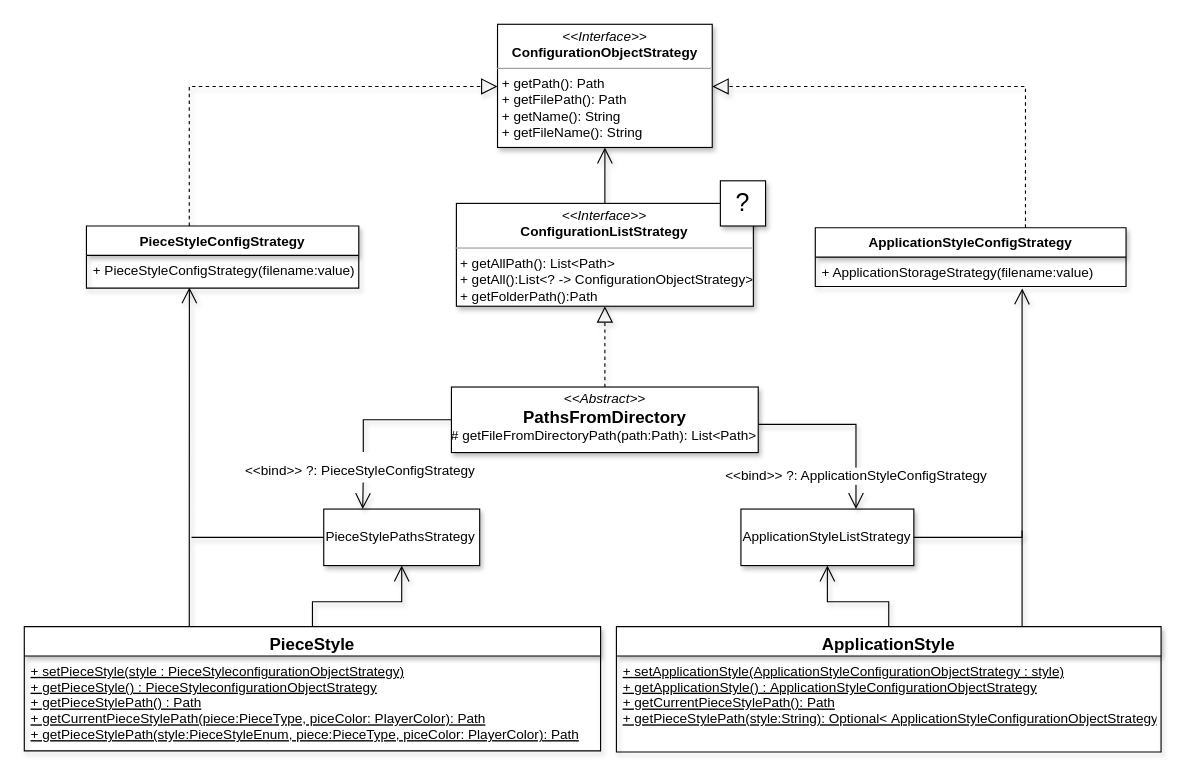
The draw.io diagram page "style" (4 of 6) of report/UML TP.drawio in zucchero-sintattico/OOP20-Jhaturanga, before the edit. Source tidied: cells renumbered, new cells numbered last; positions are measured from the earlier drawing's top-left corner, leaving out a move shared by most shapes. Both pictures are drawn from the tidied source at 113%, with x=0, y=0 at pixel (24, 24).
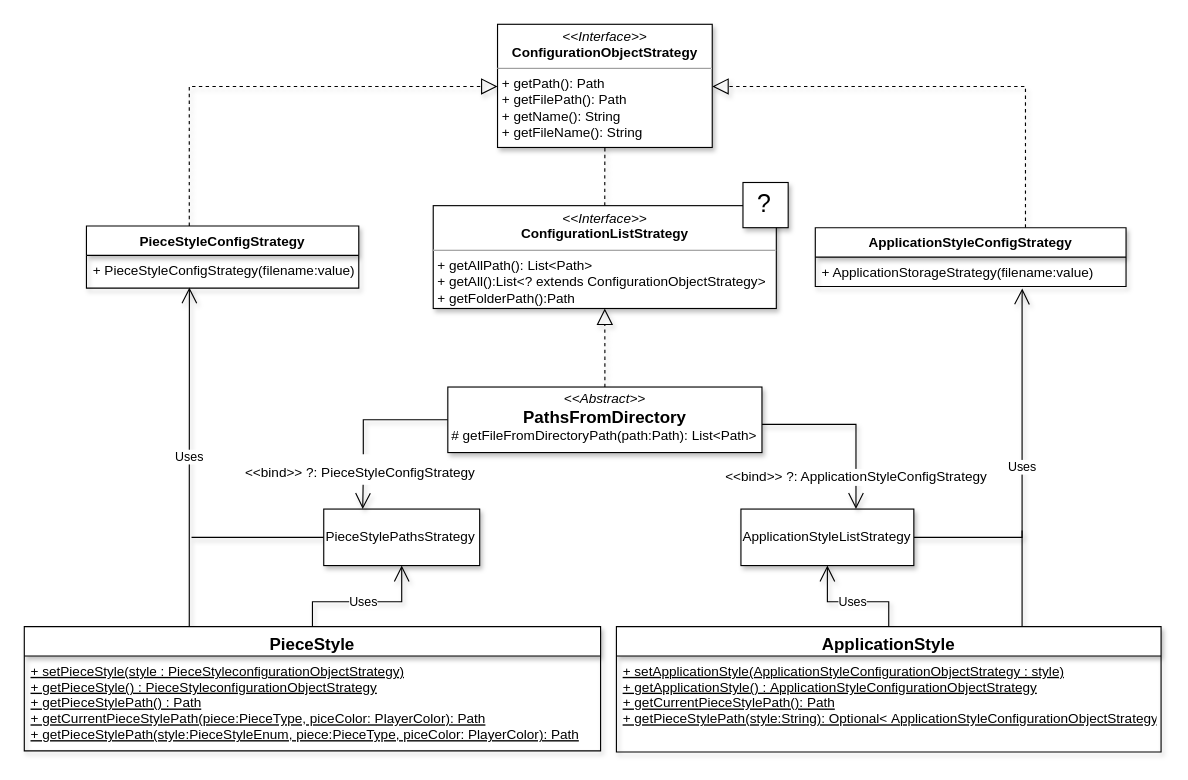
The same page after the edit.

The change refers to these unchanged cells:
```xml
<mxCell id="4" value="PieceStyle" style="swimlane;fontStyle=1;align=center;verticalAlign=top;horizontal=1;startSize=26;fontSize=15;shadow=1;" parent="1" vertex="1">
  <mxGeometry y="533" width="510" height="110" as="geometry" />
</mxCell>
<mxCell id="8" value="ApplicationStyle" style="swimlane;fontStyle=1;align=center;verticalAlign=top;horizontal=1;startSize=26;fontSize=15;shadow=1;" parent="1" vertex="1">
  <mxGeometry x="524" y="533" width="482" height="111" as="geometry" />
</mxCell>
<mxCell id="13" value="PieceStylePathsStrategy" style="html=1;shadow=1;align=left;" parent="1" vertex="1">
  <mxGeometry x="265" y="429" width="138" height="50" as="geometry" />
</mxCell>
<mxCell id="15" value="ApplicationStyleListStrategy" style="html=1;shadow=1;align=left;" parent="1" vertex="1">
  <mxGeometry x="634.2" y="429" width="153" height="50" as="geometry" />
</mxCell>
<mxCell id="23" value="&lt;p style=&quot;margin: 0px ; margin-top: 4px ; text-align: center&quot;&gt;&lt;i&gt;&amp;lt;&amp;lt;Interface&amp;gt;&amp;gt;&lt;/i&gt;&lt;br&gt;&lt;b&gt;ConfigurationObjectStrategy&lt;/b&gt;&lt;/p&gt;&lt;hr size=&quot;1&quot;&gt;&lt;p style=&quot;margin: 0px ; margin-left: 4px&quot;&gt;+ getPath(): Path&lt;/p&gt;&lt;p style=&quot;margin: 0px ; margin-left: 4px&quot;&gt;+ getFilePath(): Path&lt;/p&gt;&lt;p style=&quot;margin: 0px ; margin-left: 4px&quot;&gt;+ getName(): String&lt;/p&gt;&lt;p style=&quot;margin: 0px ; margin-left: 4px&quot;&gt;+ getFileName(): String&lt;/p&gt;" style="verticalAlign=top;align=left;overflow=fill;fontSize=12;fontFamily=Helvetica;html=1;shadow=1;" parent="1" vertex="1">
  <mxGeometry x="418.8" width="190" height="109" as="geometry" />
</mxCell>
<mxCell id="25" value="+ ApplicationStorageStrategy(filename:value)" style="text;strokeColor=none;fillColor=none;align=left;verticalAlign=top;spacingLeft=4;spacingRight=4;overflow=hidden;points=[[0,0.5],[1,0.5]];portConstraint=eastwest;" parent="24" vertex="1">
  <mxGeometry y="26" width="275" height="26" as="geometry" />
</mxCell>
<mxCell id="27" value="+ PieceStyleConfigStrategy(filename:value)" style="text;strokeColor=none;fillColor=none;align=left;verticalAlign=top;spacingLeft=4;spacingRight=4;overflow=hidden;points=[[0,0.5],[1,0.5]];portConstraint=eastwest;" parent="26" vertex="1">
  <mxGeometry y="26" width="241" height="29" as="geometry" />
</mxCell>
```

Change to the diagram source:
```diff
@@
-    <mxCell id="2" style="edgeStyle=orthogonalEdgeStyle;rounded=0;jettySize=auto;html=1;shadow=1;endArrow=open;endFill=0;endSize=12;" parent="1" edge="1" source="4" target="13">
+    <mxCell id="2" value="Uses" style="edgeStyle=orthogonalEdgeStyle;rounded=0;jettySize=auto;html=1;shadow=1;endArrow=open;endFill=0;endSize=12;" parent="1" edge="1" source="4" target="13">
       <mxGeometry relative="1" as="geometry" />
     </mxCell>
-    <mxCell id="3" style="edgeStyle=orthogonalEdgeStyle;rounded=0;jettySize=auto;html=1;shadow=1;endArrow=open;endFill=0;endSize=12;entryX=0.378;entryY=0.977;entryDx=0;entryDy=0;entryPerimeter=0;" parent="1" edge="1" source="4" target="27">
+    <mxCell id="3" value="Uses" style="edgeStyle=orthogonalEdgeStyle;rounded=0;jettySize=auto;html=1;shadow=1;endArrow=open;endFill=0;endSize=12;entryX=0.378;entryY=0.977;entryDx=0;entryDy=0;entryPerimeter=0;" parent="1" edge="1" source="4" target="27">
       <mxGeometry relative="1" as="geometry">
         <Array as="points">
           <mxPoint x="146" y="465" />
           <mxPoint x="146" y="465" />
         </Array>
       </mxGeometry>
     </mxCell>
@@
-    <mxCell id="6" style="edgeStyle=orthogonalEdgeStyle;rounded=0;jettySize=auto;html=1;shadow=1;endArrow=open;endFill=0;endSize=12;" parent="1" edge="1" source="8" target="15">
+    <mxCell id="6" value="Uses" style="edgeStyle=orthogonalEdgeStyle;rounded=0;jettySize=auto;html=1;shadow=1;endArrow=open;endFill=0;endSize=12;" parent="1" edge="1" source="8" target="15">
       <mxGeometry relative="1" as="geometry" />
     </mxCell>
@@
-    <mxCell id="10" style="edgeStyle=orthogonalEdgeStyle;rounded=0;jettySize=auto;html=1;shadow=1;endArrow=open;endFill=0;endSize=12;" parent="1" edge="1" source="11" target="23">
+    <mxCell id="10" style="edgeStyle=orthogonalEdgeStyle;rounded=0;jettySize=auto;html=1;shadow=1;endArrow=none;endFill=0;endSize=12;dashed=1;" parent="1" edge="1" source="11" target="23">
       <mxGeometry relative="1" as="geometry" />
     </mxCell>
-    <mxCell id="11" value="&lt;p style=&quot;margin: 0px ; margin-top: 4px ; text-align: center&quot;&gt;&lt;i&gt;&amp;lt;&amp;lt;Interface&amp;gt;&amp;gt;&lt;/i&gt;&lt;br&gt;&lt;b&gt;ConfigurationListStrategy&lt;/b&gt;&lt;/p&gt;&lt;hr size=&quot;1&quot;&gt;&lt;p style=&quot;margin: 0px ; margin-left: 4px&quot;&gt;+ getAllPath(): List&amp;lt;Path&amp;gt;&lt;/p&gt;&lt;p style=&quot;margin: 0px ; margin-left: 4px&quot;&gt;+ getAll():List&amp;lt;? -&amp;gt; ConfigurationObjectStrategy&amp;gt;&lt;/p&gt;&lt;p style=&quot;margin: 0px ; margin-left: 4px&quot;&gt;+ getFolderPath():Path&lt;/p&gt;&lt;p style=&quot;margin: 0px ; margin-left: 4px&quot;&gt;&lt;br&gt;&lt;/p&gt;" style="verticalAlign=top;align=left;overflow=fill;fontSize=12;fontFamily=Helvetica;html=1;shadow=1;" parent="1" vertex="1">
-      <mxGeometry x="382.4" y="158.5" width="262.8" height="91" as="geometry" />
+    <mxCell id="11" value="&lt;p style=&quot;margin: 0px ; margin-top: 4px ; text-align: center&quot;&gt;&lt;i&gt;&amp;lt;&amp;lt;Interface&amp;gt;&amp;gt;&lt;/i&gt;&lt;br&gt;&lt;b&gt;ConfigurationListStrategy&lt;/b&gt;&lt;/p&gt;&lt;hr size=&quot;1&quot;&gt;&lt;p style=&quot;margin: 0px ; margin-left: 4px&quot;&gt;+ getAllPath(): List&amp;lt;Path&amp;gt;&lt;/p&gt;&lt;p style=&quot;margin: 0px ; margin-left: 4px&quot;&gt;+ getAll():List&amp;lt;? extends ConfigurationObjectStrategy&amp;gt;&lt;/p&gt;&lt;p style=&quot;margin: 0px ; margin-left: 4px&quot;&gt;+ getFolderPath():Path&lt;/p&gt;&lt;p style=&quot;margin: 0px ; margin-left: 4px&quot;&gt;&lt;br&gt;&lt;/p&gt;" style="verticalAlign=top;align=left;overflow=fill;fontSize=12;fontFamily=Helvetica;html=1;shadow=1;" parent="1" vertex="1">
+      <mxGeometry x="361.9" y="160.5" width="303.6" height="91" as="geometry" />
     </mxCell>
@@
-    <mxCell id="14" style="edgeStyle=orthogonalEdgeStyle;rounded=0;jettySize=auto;html=1;entryX=0.666;entryY=1.067;entryDx=0;entryDy=0;entryPerimeter=0;shadow=1;endArrow=open;endFill=0;endSize=12;" parent="1" edge="1" source="15" target="25">
+    <mxCell id="14" value="Uses" style="edgeStyle=orthogonalEdgeStyle;rounded=0;jettySize=auto;html=1;entryX=0.666;entryY=1.067;entryDx=0;entryDy=0;entryPerimeter=0;shadow=1;endArrow=open;endFill=0;endSize=12;" parent="1" edge="1" source="15" target="25">
       <mxGeometry relative="1" as="geometry">
         <Array as="points">
           <mxPoint x="883" y="454" />
           <mxPoint x="883" y="243" />
         </Array>
       </mxGeometry>
     </mxCell>
@@
-    <mxCell id="20" value="&lt;p style=&quot;margin: 0px ; margin-top: 4px ; text-align: center&quot;&gt;&lt;i&gt;&amp;lt;&amp;lt;Abstract&amp;gt;&amp;gt;&lt;/i&gt;&lt;br&gt;&lt;span style=&quot;font-size: 15px&quot;&gt;&lt;b&gt;PathsFromDirectory&lt;/b&gt;&lt;/span&gt;&lt;/p&gt;# getFileFromDirectoryPath(path:Path): List&amp;lt;Path&amp;gt;" style="verticalAlign=top;align=left;overflow=fill;fontSize=12;fontFamily=Helvetica;html=1;shadow=1;" parent="1" vertex="1">
-      <mxGeometry x="378" y="321" width="271.5" height="58" as="geometry" />
+    <mxCell id="20" value="&lt;p style=&quot;margin: 0px ; margin-top: 4px ; text-align: center&quot;&gt;&lt;i&gt;&amp;lt;&amp;lt;Abstract&amp;gt;&amp;gt;&lt;/i&gt;&lt;br&gt;&lt;span style=&quot;font-size: 15px&quot;&gt;&lt;b&gt;PathsFromDirectory&lt;/b&gt;&lt;/span&gt;&lt;/p&gt;&amp;nbsp;# getFileFromDirectoryPath(path:Path): List&amp;lt;Path&amp;gt;" style="verticalAlign=top;align=left;overflow=fill;fontSize=12;fontFamily=Helvetica;html=1;shadow=1;" parent="1" vertex="1">
+      <mxGeometry x="374.8" y="321" width="278" height="58" as="geometry" />
     </mxCell>
@@
     <mxCell id="28" style="whiteSpace=wrap;html=1;shadow=1;align=left;" parent="1" vertex="1">
-      <mxGeometry x="616" y="138.5" width="40" height="40" as="geometry" />
+      <mxGeometry x="636" y="140" width="40" height="40" as="geometry" />
     </mxCell>
     <mxCell id="29" value="?" style="text;html=1;strokeColor=none;fillColor=none;align=center;verticalAlign=middle;whiteSpace=wrap;rounded=0;shadow=1;strokeWidth=2;fontSize=22;" parent="1" vertex="1">
-      <mxGeometry x="625.1" y="148.5" width="21.8" height="20" as="geometry" />
+      <mxGeometry x="643.8" y="150" width="21.8" height="20" as="geometry" />
     </mxCell>
```
